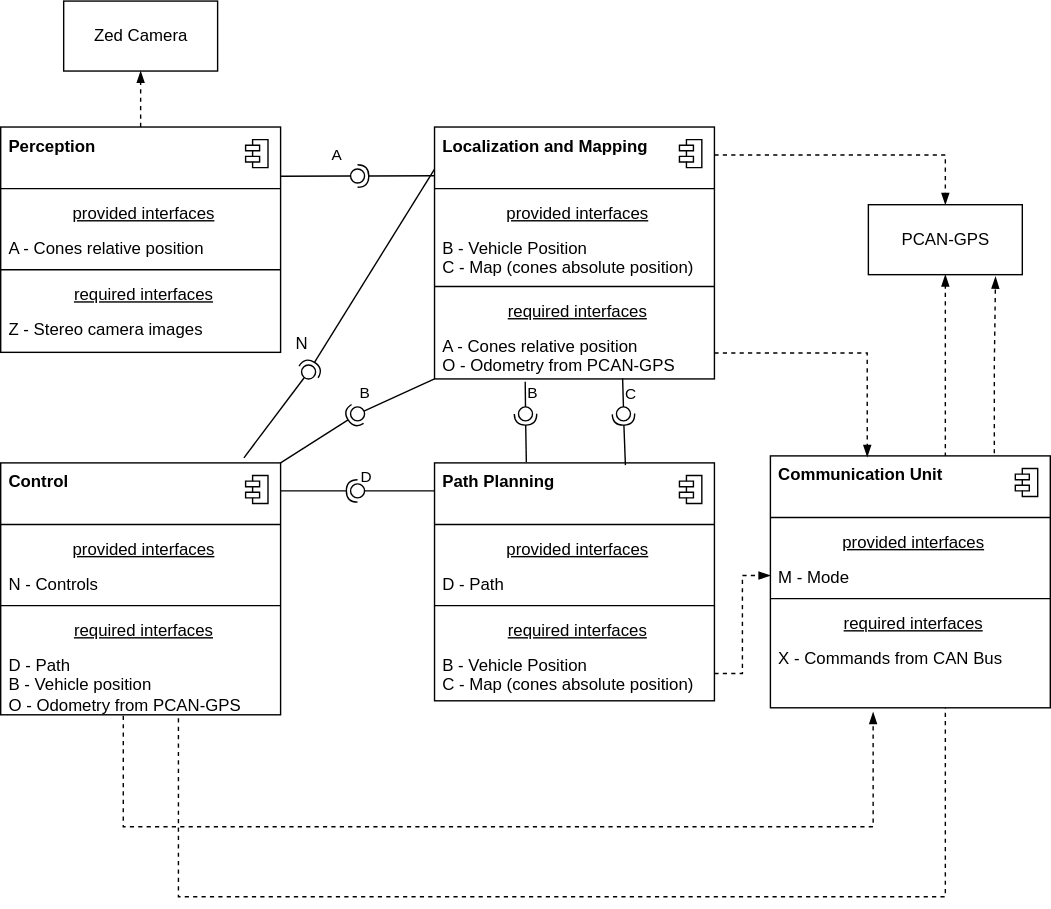
The draw.io diagram docs/assets/architecure-tentative.drawio.svg in fs-feup/autonomous-systems, before a commit. Source tidied: cells renumbered, new cells last; positions are measured from the earlier drawing's top-left corner, leaving out a move shared by most shapes.
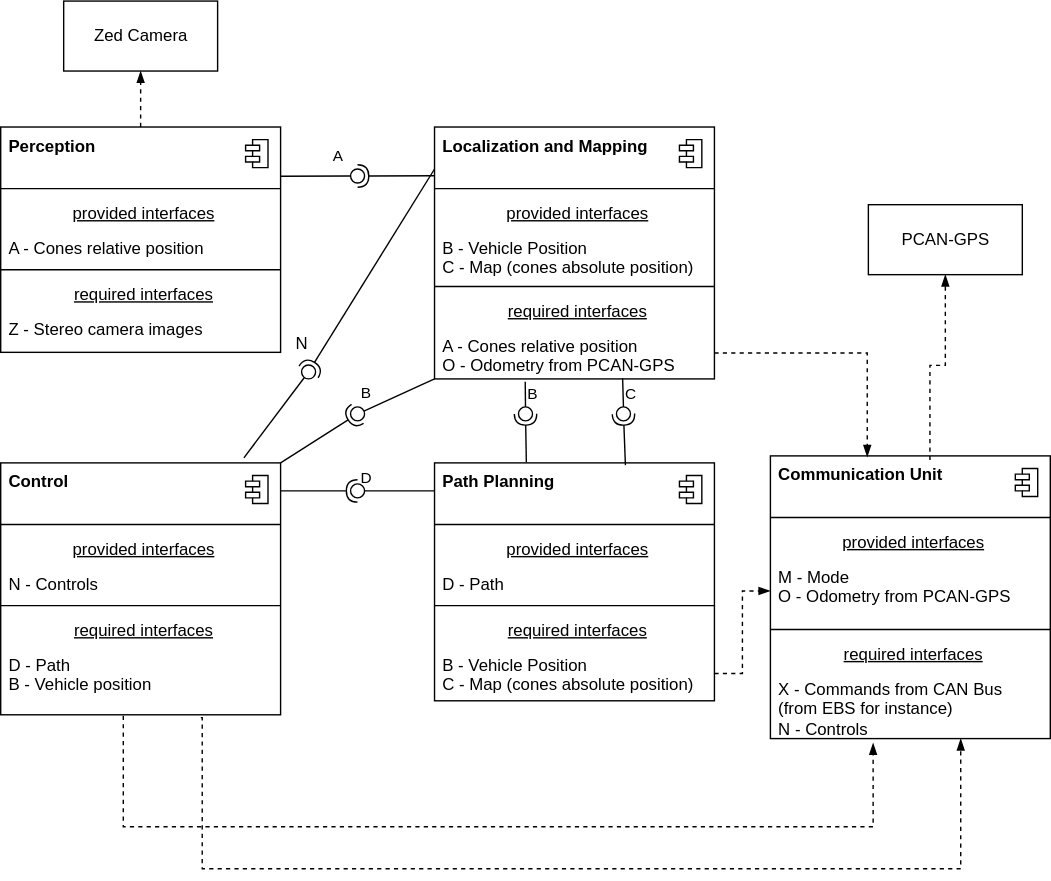
Later version of the same file.

Diff of the diagram source:
```diff
@@ -86,7 +86,7 @@
     <mxCell id="27" value="&lt;u&gt;required interfaces&lt;/u&gt;" style="html=1;align=center;spacingLeft=4;verticalAlign=top;strokeColor=none;fillColor=none;" parent="20" vertex="1">
       <mxGeometry y="106" width="200" height="25" as="geometry" />
     </mxCell>
-    <mxCell id="28" value="D - Path&amp;nbsp;&lt;br&gt;B - Vehicle position&lt;br&gt;O - Odometry from PCAN-GPS" style="html=1;align=left;spacingLeft=4;verticalAlign=top;strokeColor=none;fillColor=none;" parent="20" vertex="1">
+    <mxCell id="28" value="D - Path&amp;nbsp;&lt;br&gt;B - Vehicle position" style="html=1;align=left;spacingLeft=4;verticalAlign=top;strokeColor=none;fillColor=none;" parent="20" vertex="1">
       <mxGeometry y="131" width="200" height="49" as="geometry" />
     </mxCell>
     <mxCell id="29" style="fontStyle=1;align=center;verticalAlign=top;horizontal=1;" parent="1" vertex="1">
@@ -124,9 +124,6 @@
     <mxCell id="39" value="PCAN-GPS" style="html=1;" parent="1" vertex="1">
       <mxGeometry x="620" y="145.5" width="110" height="50" as="geometry" />
     </mxCell>
-    <mxCell id="40" style="edgeStyle=orthogonalEdgeStyle;rounded=0;jettySize=auto;html=1;entryX=0.5;entryY=0;entryDx=0;entryDy=0;endArrow=blockThin;endFill=1;dashed=1;exitX=1;exitY=0.5;exitDx=0;exitDy=0;" parent="1" edge="1" source="12" target="39">
-      <mxGeometry relative="1" as="geometry" />
-    </mxCell>
     <mxCell id="41" style="edgeStyle=orthogonalEdgeStyle;rounded=0;jettySize=auto;html=1;entryX=0.5;entryY=1;entryDx=0;entryDy=0;dashed=1;endArrow=blockThin;endFill=1;" parent="1" edge="1" source="3" target="38">
       <mxGeometry relative="1" as="geometry" />
     </mxCell>
@@ -200,14 +197,6 @@
     <mxCell id="61" style="ellipse;whiteSpace=wrap;html=1;align=center;points=[];outlineConnect=0;sketch=0;" parent="1" vertex="1">
       <mxGeometry x="250" y="345" width="10" height="10" as="geometry" />
     </mxCell>
-    <mxCell id="62" style="edgeStyle=orthogonalEdgeStyle;rounded=0;jettySize=auto;html=1;entryX=0.5;entryY=1;entryDx=0;entryDy=0;endArrow=blockThin;endFill=1;dashed=1;exitX=0.635;exitY=1.051;exitDx=0;exitDy=0;exitPerimeter=0;" parent="1" edge="1" source="28" target="39">
-      <mxGeometry relative="1" as="geometry">
-        <Array as="points">
-          <mxPoint x="127" y="640" />
-          <mxPoint x="675" y="640" />
-        </Array>
-      </mxGeometry>
-    </mxCell>
     <mxCell id="63" style="rounded=0;jettySize=auto;html=1;endArrow=none;endFill=0;sketch=0;sourcePerimeterSpacing=0;targetPerimeterSpacing=0;exitX=0.869;exitY=-0.091;exitDx=0;exitDy=0;exitPerimeter=0;" parent="1" edge="1" source="21" target="65">
       <mxGeometry relative="1" as="geometry" />
     </mxCell>
@@ -221,7 +210,7 @@
       <mxGeometry x="200" y="230" width="30" height="30" as="geometry" />
     </mxCell>
     <mxCell id="67" style="fontStyle=1;align=center;verticalAlign=top;horizontal=1;" parent="1" vertex="1">
-      <mxGeometry x="550" y="325" width="200" height="180" as="geometry" />
+      <mxGeometry x="550" y="325" width="200" height="202" as="geometry" />
     </mxCell>
     <mxCell id="68" value="&lt;b&gt;Communication Unit&lt;/b&gt;" style="html=1;align=left;spacingLeft=4;verticalAlign=top;strokeColor=none;fillColor=none;" parent="67" vertex="1">
       <mxGeometry width="200" height="40" as="geometry" />
@@ -237,19 +226,19 @@
     <mxCell id="71" value="&lt;u&gt;provided interfaces&lt;/u&gt;" style="html=1;align=center;spacingLeft=4;verticalAlign=top;strokeColor=none;fillColor=none;" parent="67" vertex="1">
       <mxGeometry y="48" width="200" height="25" as="geometry" />
     </mxCell>
-    <mxCell id="72" value="M - Mode" style="html=1;align=left;spacingLeft=4;verticalAlign=top;strokeColor=none;fillColor=none;" parent="67" vertex="1">
-      <mxGeometry y="73" width="200" height="25" as="geometry" />
+    <mxCell id="72" value="M - Mode&lt;br&gt;O - Odometry from PCAN-GPS" style="html=1;align=left;spacingLeft=4;verticalAlign=top;strokeColor=none;fillColor=none;" parent="67" vertex="1">
+      <mxGeometry y="73" width="200" height="47" as="geometry" />
     </mxCell>
     <mxCell id="73" style="line;strokeWidth=1;fillColor=none;align=left;verticalAlign=middle;spacingTop=-1;spacingLeft=3;spacingRight=3;labelPosition=right;" parent="67" vertex="1">
-      <mxGeometry y="98" width="200" height="8" as="geometry" />
+      <mxGeometry y="120" width="200" height="8" as="geometry" />
     </mxCell>
     <mxCell id="74" value="&lt;u&gt;required interfaces&lt;/u&gt;" style="html=1;align=center;spacingLeft=4;verticalAlign=top;strokeColor=none;fillColor=none;" parent="67" vertex="1">
-      <mxGeometry y="106" width="200" height="25" as="geometry" />
+      <mxGeometry y="128" width="200" height="25" as="geometry" />
     </mxCell>
-    <mxCell id="75" value="X - Commands from CAN Bus" style="html=1;align=left;spacingLeft=4;verticalAlign=top;strokeColor=none;fillColor=none;" parent="67" vertex="1">
-      <mxGeometry y="131" width="200" height="49" as="geometry" />
+    <mxCell id="75" value="X - Commands from CAN Bus &lt;br&gt;(from EBS for instance)&lt;br&gt;N - Controls" style="html=1;align=left;spacingLeft=4;verticalAlign=top;strokeColor=none;fillColor=none;" parent="67" vertex="1">
+      <mxGeometry y="153" width="200" height="49" as="geometry" />
     </mxCell>
-    <mxCell id="76" style="edgeStyle=orthogonalEdgeStyle;rounded=0;jettySize=auto;html=1;entryX=0.826;entryY=1.03;entryDx=0;entryDy=0;entryPerimeter=0;dashed=1;endArrow=blockThin;endFill=1;exitX=0.8;exitY=-0.046;exitDx=0;exitDy=0;exitPerimeter=0;" parent="1" edge="1" source="68" target="39">
+    <mxCell id="76" style="edgeStyle=orthogonalEdgeStyle;rounded=0;jettySize=auto;html=1;dashed=1;endArrow=blockThin;endFill=1;exitX=0.57;exitY=0.075;exitDx=0;exitDy=0;exitPerimeter=0;" parent="1" edge="1" source="68" target="39">
       <mxGeometry relative="1" as="geometry" />
     </mxCell>
     <mxCell id="77" style="edgeStyle=orthogonalEdgeStyle;rounded=0;jettySize=auto;html=1;entryX=0.367;entryY=1.065;entryDx=0;entryDy=0;entryPerimeter=0;dashed=1;endArrow=blockThin;endFill=1;exitX=0.438;exitY=1.014;exitDx=0;exitDy=0;exitPerimeter=0;" parent="1" edge="1" source="28" target="75">
@@ -266,5 +255,14 @@
     <mxCell id="79" style="edgeStyle=orthogonalEdgeStyle;rounded=0;jettySize=auto;html=1;entryX=0.346;entryY=0.017;entryDx=0;entryDy=0;entryPerimeter=0;dashed=1;endArrow=blockThin;endFill=1;" parent="1" edge="1" source="19" target="68">
       <mxGeometry relative="1" as="geometry" />
     </mxCell>
+    <mxCell id="80" style="edgeStyle=orthogonalEdgeStyle;rounded=0;jettySize=auto;html=1;entryX=0.68;entryY=1;entryDx=0;entryDy=0;entryPerimeter=0;exitX=0.715;exitY=1.041;exitDx=0;exitDy=0;exitPerimeter=0;dashed=1;endArrow=blockThin;endFill=1;" parent="1" edge="1" source="28" target="75">
+      <mxGeometry relative="1" as="geometry">
+        <Array as="points">
+          <mxPoint x="144" y="512" />
+          <mxPoint x="144" y="620" />
+          <mxPoint x="686" y="620" />
+        </Array>
+      </mxGeometry>
+    </mxCell>
   </root>
 </mxGraphModel>
```
